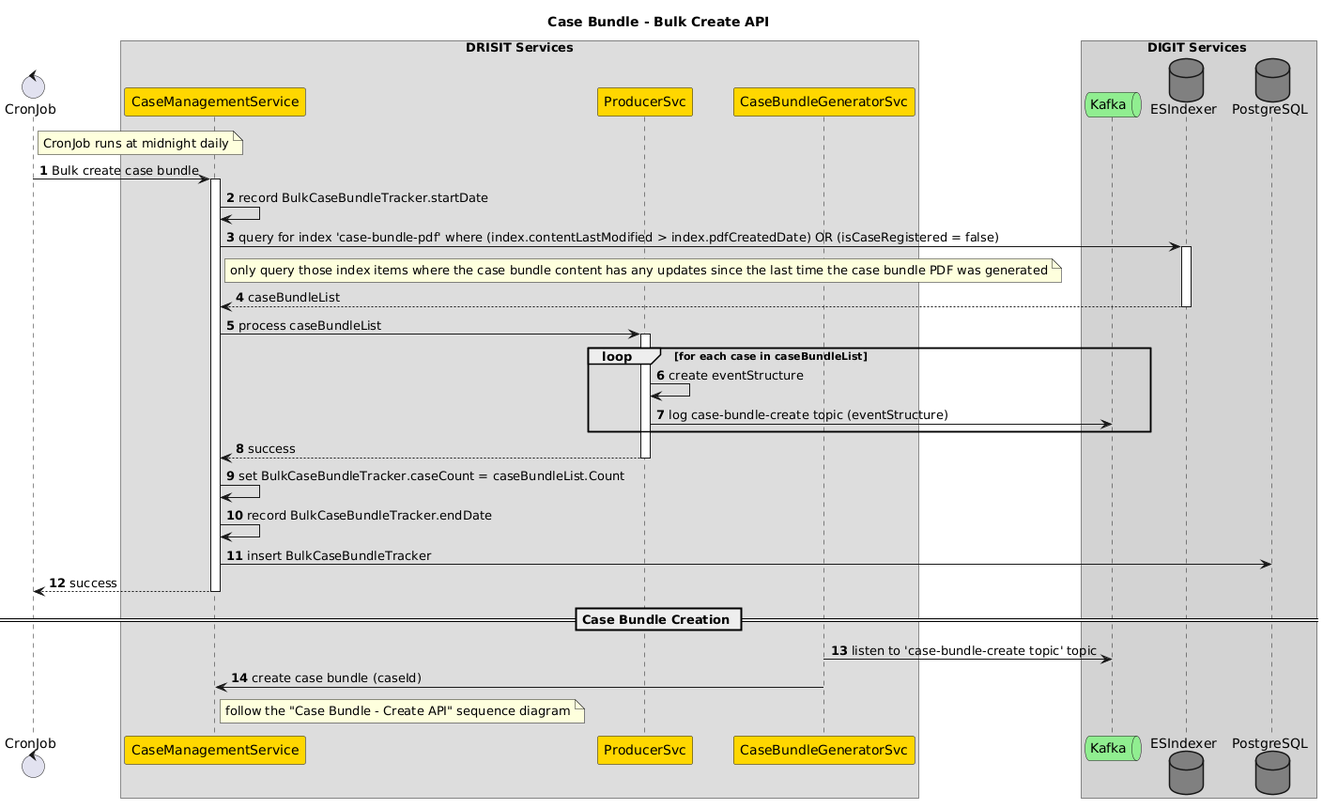
pucardotorg/dristi-solutions keeps this PlantUML diagram as docs/casebundle/sequencediagrams/diagrams/casebundle-bulk-create.png. Above is the earlier version.
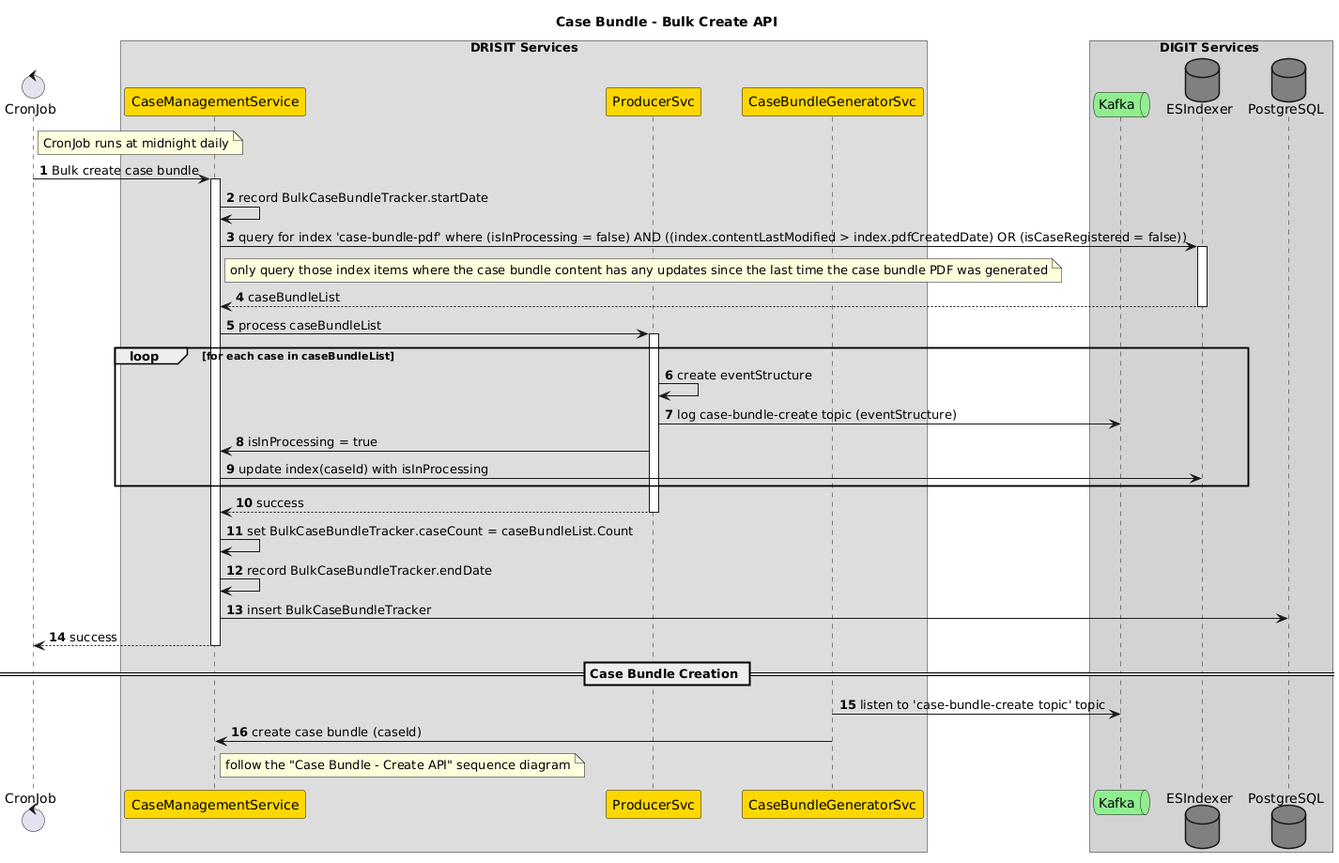
After the change.

Commit message:
added an isInProcessing flag to the index to prevent the same index document being picked up again and again

The edit, as a diff of the source:
```diff
@@ -21,7 +21,7 @@
 note right of CJ: CronJob runs at midnight daily
 CJ->CMS++:Bulk create case bundle
 CMS->CMS: record BulkCaseBundleTracker.startDate
-CMS->ES++: query for index 'case-bundle-pdf' where (index.contentLastModified > index.pdfCreatedDate) OR (isCaseRegistered = false)
+CMS->ES++: query for index 'case-bundle-pdf' where (isInProcessing = false) AND ((index.contentLastModified > index.pdfCreatedDate) OR (isCaseRegistered = false))
 note right of CMS: only query those index items where the case bundle content has any updates since the last time the case bundle PDF was generated
 return caseBundleList
 
@@ -29,6 +29,8 @@
 loop for each case in caseBundleList
   P->P: create eventStructure
   P->K: log case-bundle-create topic (eventStructure)
+  P->CMS: isInProcessing = true
+  CMS->ES: update index(caseId) with isInProcessing
 end
 return success
 CMS->CMS: set BulkCaseBundleTracker.caseCount = caseBundleList.Count
```
